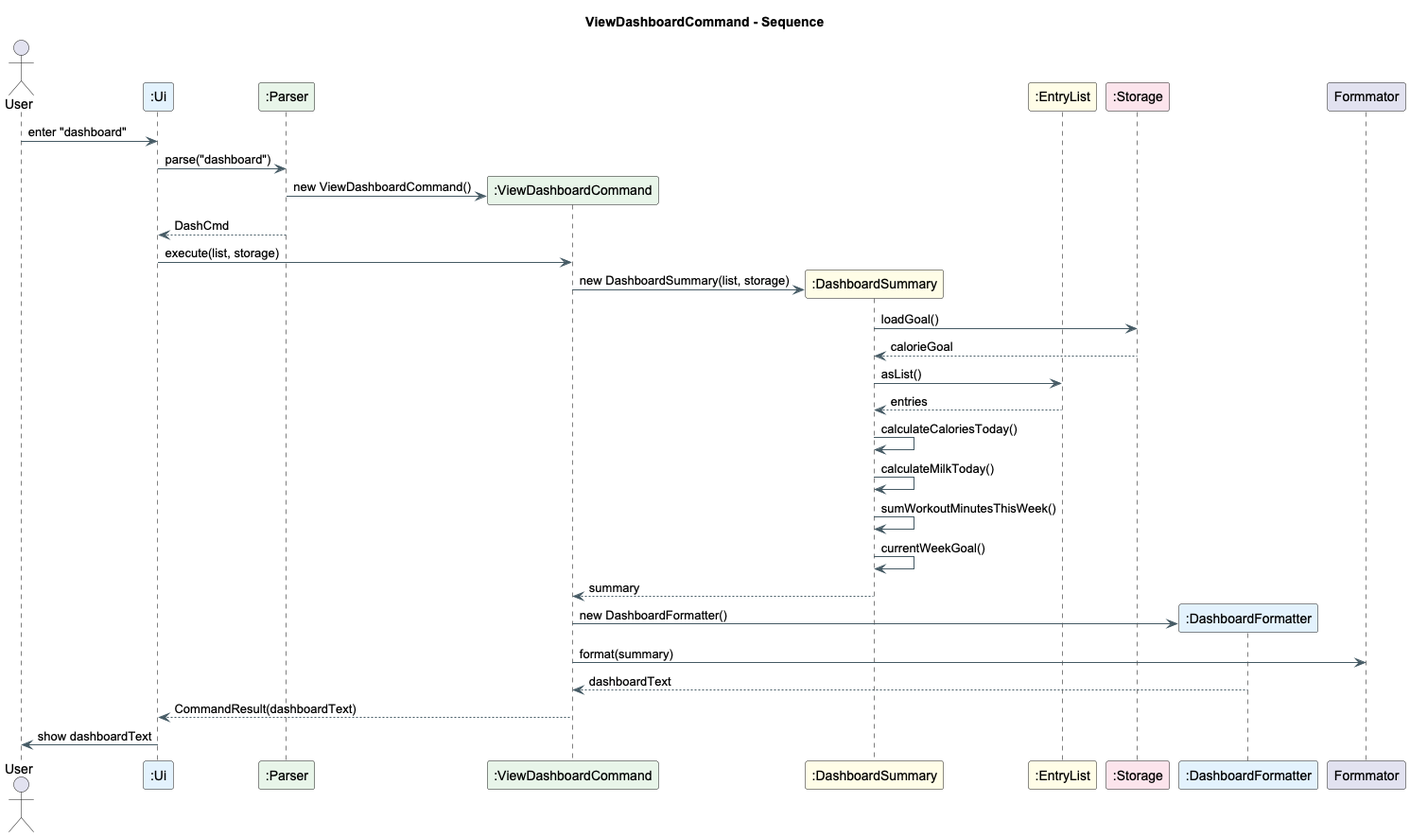
This is docs/images/Dashboard_SequenceDiagram.png from Ibrashoukry/tp, a PlantUML export, as it was before one commit. The source it was exported from:
```plantuml
@startuml
title ViewDashboardCommand - Sequence

skinparam shadowing false
skinparam defaultFontName Arial
skinparam sequence {
  LifeLineBorderColor black
  BoxBorderColor #90A4AE
  BoxBackgroundColor #F5F7FA
  ArrowColor #455A64
  ArrowThickness 1
}

!define UI #E3F2FD
!define LOGIC #E8F5E9
!define MODEL #FFFDE7
!define STOR #FCE4EC

actor User
participant ":Ui" as Ui UI
participant ":Parser" as Parser LOGIC
participant ":ViewDashboardCommand" as DashCmd LOGIC
participant ":DashboardSummary" as Summary MODEL
participant ":EntryList" as List MODEL
participant ":Storage" as Storage STOR
participant ":DashboardFormatter" as Formatter UI

User -> Ui : enter "dashboard"
Ui -> Parser : parse("dashboard")
create DashCmd
Parser -> DashCmd : new ViewDashboardCommand()
Parser --> Ui : DashCmd
Ui -> DashCmd : execute(list, storage)

create Summary
DashCmd -> Summary : new DashboardSummary(list, storage)
Summary -> Storage : loadGoal()
Storage --> Summary : calorieGoal
Summary -> List : asList()
List --> Summary : entries
Summary -> Summary : calculateCaloriesToday()
Summary -> Summary : calculateMilkToday()
Summary -> Summary : sumWorkoutMinutesThisWeek()
Summary -> Summary : currentWeekGoal()
Summary --> DashCmd : summary

create Formatter
DashCmd -> Formatter : new DashboardFormatter()
DashCmd -> Formmator : format(summary)
Formatter --> DashCmd : dashboardText

DashCmd --> Ui : CommandResult(dashboardText)
Ui -> User : show dashboardText
@enduml
```
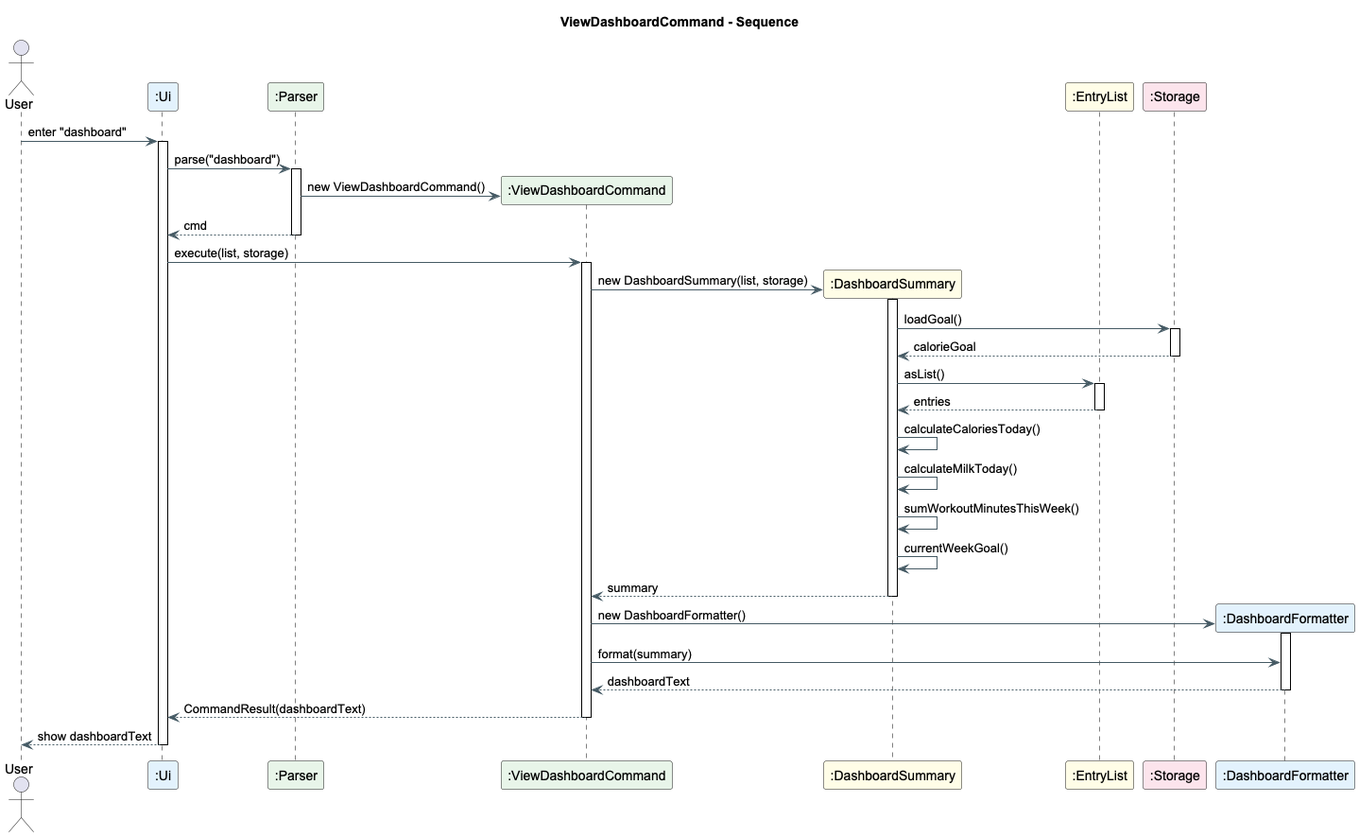
The same diagram one commit later.

Commit message:
add class and sequence diagrams and updated DG for listCommand and dashboard

Change to the diagram source:
```diff
@@ -26,29 +26,50 @@
 participant ":DashboardFormatter" as Formatter UI
 
 User -> Ui : enter "dashboard"
+activate Ui
+
 Ui -> Parser : parse("dashboard")
+activate Parser
 create DashCmd
 Parser -> DashCmd : new ViewDashboardCommand()
-Parser --> Ui : DashCmd
+Parser --> Ui : cmd
+deactivate Parser
+
 Ui -> DashCmd : execute(list, storage)
+activate DashCmd
 
 create Summary
 DashCmd -> Summary : new DashboardSummary(list, storage)
+activate Summary
+
 Summary -> Storage : loadGoal()
+activate Storage
 Storage --> Summary : calorieGoal
+deactivate Storage
+
 Summary -> List : asList()
+activate List
 List --> Summary : entries
+deactivate List
+
 Summary -> Summary : calculateCaloriesToday()
 Summary -> Summary : calculateMilkToday()
 Summary -> Summary : sumWorkoutMinutesThisWeek()
 Summary -> Summary : currentWeekGoal()
+
 Summary --> DashCmd : summary
+deactivate Summary
 
 create Formatter
 DashCmd -> Formatter : new DashboardFormatter()
-DashCmd -> Formmator : format(summary)
+activate Formatter
+DashCmd -> Formatter : format(summary)
 Formatter --> DashCmd : dashboardText
+deactivate Formatter
 
 DashCmd --> Ui : CommandResult(dashboardText)
-Ui -> User : show dashboardText
+deactivate DashCmd
+
+Ui --> User : show dashboardText
+deactivate Ui
 @enduml
```
